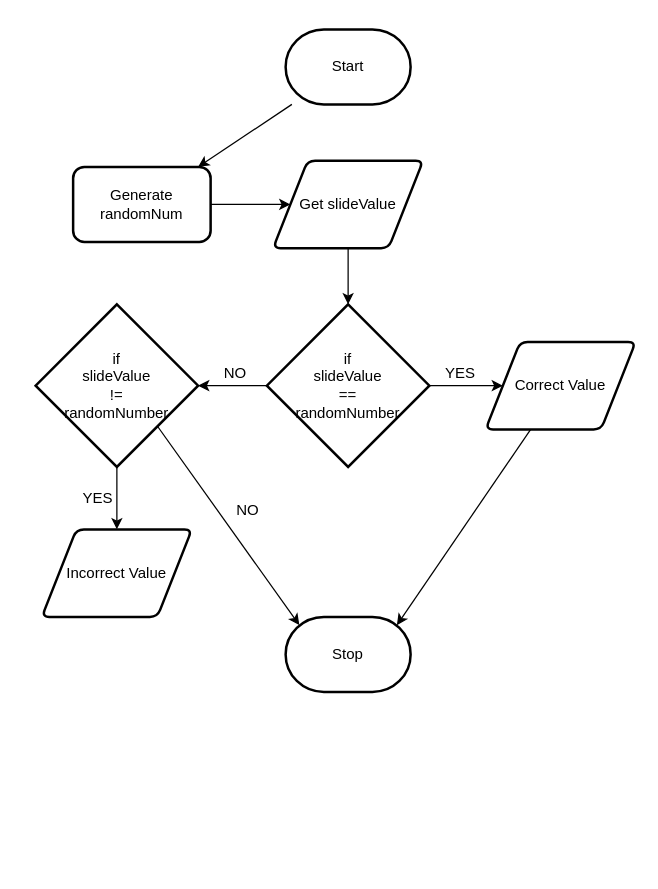
Above: design/flow-chart.drawio in sam-corbett/ICS2O-Unit5-01 (draw.io), before the change. Source tidied: cells renumbered, new cells numbered last; positions are measured from the earlier drawing's top-left corner, leaving out a move shared by most shapes. Both pictures are drawn from the tidied source at 125%, with x=0, y=0 at pixel (35, 29).
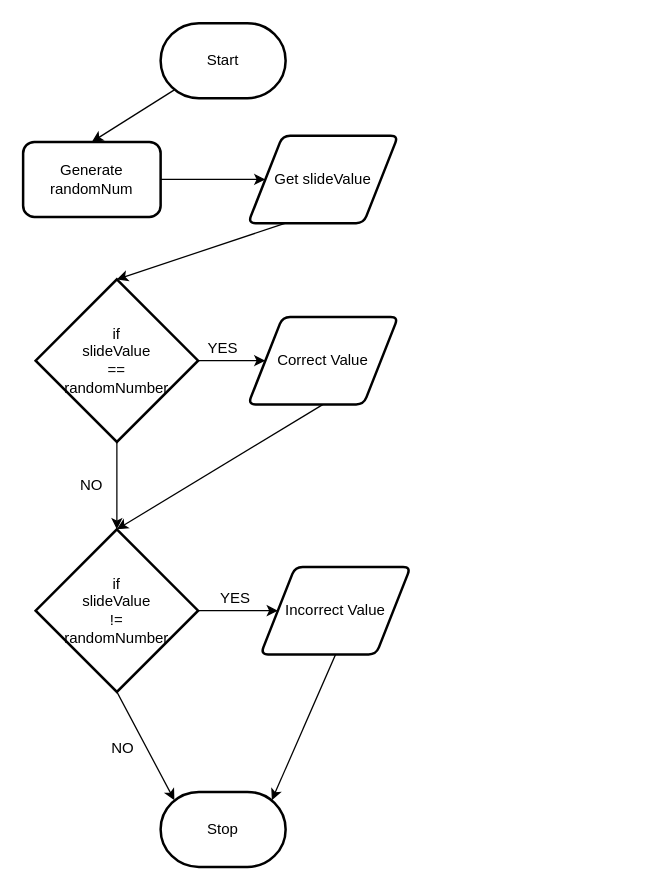
Above is the later version.

What changed in the source:
```diff
@@
-    <mxCell id="2" style="edgeStyle=none;html=1;" parent="1" edge="1" source="3" target="5">
+    <mxCell id="2" style="edgeStyle=none;html=1;exitX=0.11;exitY=0.89;exitDx=0;exitDy=0;exitPerimeter=0;entryX=0.5;entryY=0;entryDx=0;entryDy=0;" parent="1" edge="1" source="3" target="5">
       <mxGeometry relative="1" as="geometry" />
     </mxCell>
     <mxCell id="3" value="Start" style="strokeWidth=2;html=1;shape=mxgraph.flowchart.terminator;whiteSpace=wrap;" parent="1" vertex="1">
-      <mxGeometry x="200" width="100" height="60" as="geometry" />
+      <mxGeometry x="100" y="-5" width="100" height="60" as="geometry" />
     </mxCell>
@@
     <mxCell id="5" value="Generate randomNum" style="rounded=1;whiteSpace=wrap;html=1;strokeWidth=2;" parent="1" vertex="1">
-      <mxGeometry x="30" y="110" width="110" height="60" as="geometry" />
+      <mxGeometry x="-10" y="90" width="110" height="60" as="geometry" />
     </mxCell>
-    <mxCell id="6" style="edgeStyle=none;html=1;" parent="1" edge="1" source="7" target="10">
+    <mxCell id="6" style="edgeStyle=none;html=1;exitX=0.25;exitY=1;exitDx=0;exitDy=0;entryX=0.5;entryY=0;entryDx=0;entryDy=0;" parent="1" edge="1" source="7" target="10">
       <mxGeometry relative="1" as="geometry" />
     </mxCell>
     <mxCell id="7" value="Get slideValue" style="shape=parallelogram;html=1;strokeWidth=2;perimeter=parallelogramPerimeter;whiteSpace=wrap;rounded=1;arcSize=12;size=0.23;" parent="1" vertex="1">
-      <mxGeometry x="190" y="105" width="120" height="70" as="geometry" />
+      <mxGeometry x="170" y="85" width="120" height="70" as="geometry" />
     </mxCell>
@@
     <mxCell id="10" value="if&lt;br&gt;slideValue&lt;br&gt;==&lt;br&gt;randomNumber" style="rhombus;whiteSpace=wrap;html=1;strokeWidth=2;" parent="1" vertex="1">
-      <mxGeometry x="185" y="220" width="130" height="130" as="geometry" />
+      <mxGeometry y="200" width="130" height="130" as="geometry" />
     </mxCell>
-    <mxCell id="11" style="edgeStyle=none;html=1;entryX=0.89;entryY=0.11;entryDx=0;entryDy=0;entryPerimeter=0;" parent="1" edge="1" source="12" target="18">
-      <mxGeometry relative="1" as="geometry" />
-    </mxCell>
+    <mxCell id="22" style="edgeStyle=none;html=1;exitX=0.5;exitY=1;exitDx=0;exitDy=0;entryX=0.5;entryY=0;entryDx=0;entryDy=0;" parent="1" edge="1" source="12" target="16">
+      <mxGeometry relative="1" as="geometry" />
+    </mxCell>
     <mxCell id="12" value="Correct Value" style="shape=parallelogram;html=1;strokeWidth=2;perimeter=parallelogramPerimeter;whiteSpace=wrap;rounded=1;arcSize=12;size=0.23;" parent="1" vertex="1">
-      <mxGeometry x="360" y="250" width="120" height="70" as="geometry" />
+      <mxGeometry x="170" y="230" width="120" height="70" as="geometry" />
     </mxCell>
-    <mxCell id="13" value="YES" style="text;html=1;strokeColor=none;fillColor=none;align=center;verticalAlign=middle;whiteSpace=wrap;rounded=0;" parent="1" vertex="1">
-      <mxGeometry x="310" y="260" width="60" height="30" as="geometry" />
-    </mxCell>
@@
-    <mxCell id="15" style="edgeStyle=none;html=1;exitX=1;exitY=1;exitDx=0;exitDy=0;entryX=0.11;entryY=0.11;entryDx=0;entryDy=0;entryPerimeter=0;" parent="1" edge="1" source="16" target="18">
+    <mxCell id="15" style="edgeStyle=none;html=1;exitX=0.5;exitY=1;exitDx=0;exitDy=0;entryX=0.11;entryY=0.11;entryDx=0;entryDy=0;entryPerimeter=0;" parent="1" edge="1" source="16" target="18">
       <mxGeometry relative="1" as="geometry" />
     </mxCell>
     <mxCell id="16" value="if&lt;br&gt;slideValue&lt;br&gt;!=&lt;br&gt;randomNumber" style="rhombus;whiteSpace=wrap;html=1;strokeWidth=2;" parent="1" vertex="1">
-      <mxGeometry y="220" width="130" height="130" as="geometry" />
+      <mxGeometry y="400" width="130" height="130" as="geometry" />
     </mxCell>
-    <mxCell id="17" value="NO" style="text;html=1;strokeColor=none;fillColor=none;align=center;verticalAlign=middle;whiteSpace=wrap;rounded=0;" parent="1" vertex="1">
-      <mxGeometry x="130" y="260" width="60" height="30" as="geometry" />
-    </mxCell>
     <mxCell id="18" value="Stop" style="strokeWidth=2;html=1;shape=mxgraph.flowchart.terminator;whiteSpace=wrap;" parent="1" vertex="1">
-      <mxGeometry x="200" y="470" width="100" height="60" as="geometry" />
+      <mxGeometry x="100" y="610" width="100" height="60" as="geometry" />
     </mxCell>
+    <mxCell id="23" style="edgeStyle=none;html=1;exitX=0.5;exitY=1;exitDx=0;exitDy=0;entryX=0.89;entryY=0.11;entryDx=0;entryDy=0;entryPerimeter=0;" parent="1" edge="1" source="19" target="18">
+      <mxGeometry relative="1" as="geometry" />
+    </mxCell>
     <mxCell id="19" value="Incorrect Value" style="shape=parallelogram;html=1;strokeWidth=2;perimeter=parallelogramPerimeter;whiteSpace=wrap;rounded=1;arcSize=12;size=0.23;" parent="1" vertex="1">
-      <mxGeometry x="5" y="400" width="120" height="70" as="geometry" />
+      <mxGeometry x="180" y="430" width="120" height="70" as="geometry" />
     </mxCell>
-    <mxCell id="20" value="YES" style="text;html=1;strokeColor=none;fillColor=none;align=center;verticalAlign=middle;whiteSpace=wrap;rounded=0;" parent="1" vertex="1">
-      <mxGeometry x="20" y="360" width="60" height="30" as="geometry" />
-    </mxCell>
-    <mxCell id="21" value="NO" style="text;html=1;strokeColor=none;fillColor=none;align=center;verticalAlign=middle;whiteSpace=wrap;rounded=0;" parent="1" vertex="1">
-      <mxGeometry x="140" y="370" width="60" height="30" as="geometry" />
-    </mxCell>
+    <mxCell id="24" value="YES" style="text;html=1;strokeColor=none;fillColor=none;align=center;verticalAlign=middle;whiteSpace=wrap;rounded=0;" parent="1" vertex="1">
+      <mxGeometry x="120" y="240" width="60" height="30" as="geometry" />
+    </mxCell>
+    <mxCell id="25" value="NO" style="text;html=1;strokeColor=none;fillColor=none;align=center;verticalAlign=middle;whiteSpace=wrap;rounded=0;" parent="1" vertex="1">
+      <mxGeometry x="15" y="350" width="60" height="30" as="geometry" />
+    </mxCell>
+    <mxCell id="26" value="YES" style="text;html=1;strokeColor=none;fillColor=none;align=center;verticalAlign=middle;whiteSpace=wrap;rounded=0;" parent="1" vertex="1">
+      <mxGeometry x="130" y="440" width="60" height="30" as="geometry" />
+    </mxCell>
+    <mxCell id="27" value="NO" style="text;html=1;strokeColor=none;fillColor=none;align=center;verticalAlign=middle;whiteSpace=wrap;rounded=0;" parent="1" vertex="1">
+      <mxGeometry x="40" y="560" width="60" height="30" as="geometry" />
+    </mxCell>
```
